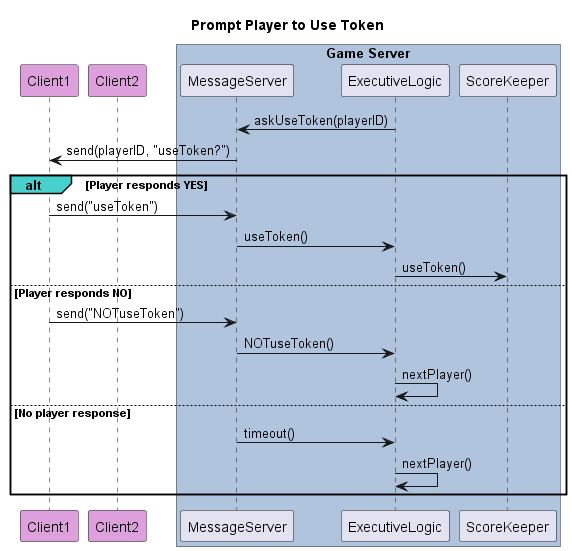
The PlantUML diagram out/diagrams/seq-diagram-prompt-use-token/Prompt Player to use token.png in poszy/def_spinit_project, before a commit.
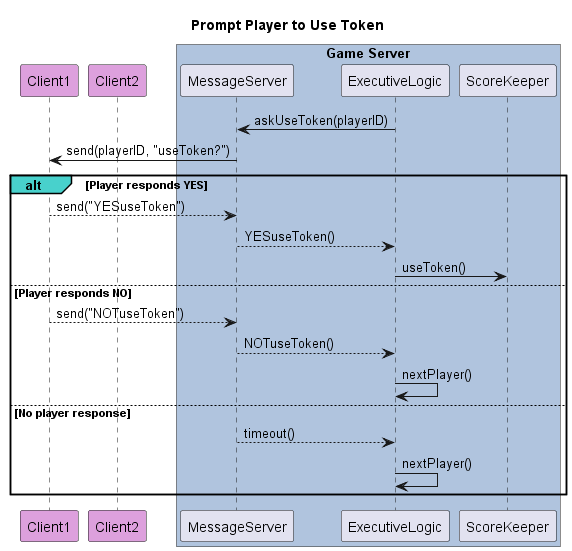
After the change.

Diff of the diagram source:
```diff
@@ -15,15 +15,15 @@
     Client1 <- Server: send(playerID, "useToken?")
 
     alt#MediumTurquoise Player responds YES
-        Client1 -> Server: send("useToken")
-        Server -> ExecutiveLogic: useToken()
+        Client1 --> Server: send("YESuseToken")
+        Server --> ExecutiveLogic: YESuseToken()
         ExecutiveLogic -> ScoreKeeper: useToken()
     else Player responds NO
-        Client1 -> Server: send("NOTuseToken")
-        Server -> ExecutiveLogic: NOTuseToken()
+        Client1 --> Server: send("NOTuseToken")
+        Server --> ExecutiveLogic: NOTuseToken()
         ExecutiveLogic -> ExecutiveLogic: nextPlayer()
     else No player response
-        Server -> ExecutiveLogic: timeout()
+        Server --> ExecutiveLogic: timeout()
         ExecutiveLogic -> ExecutiveLogic: nextPlayer()
 
 
```
